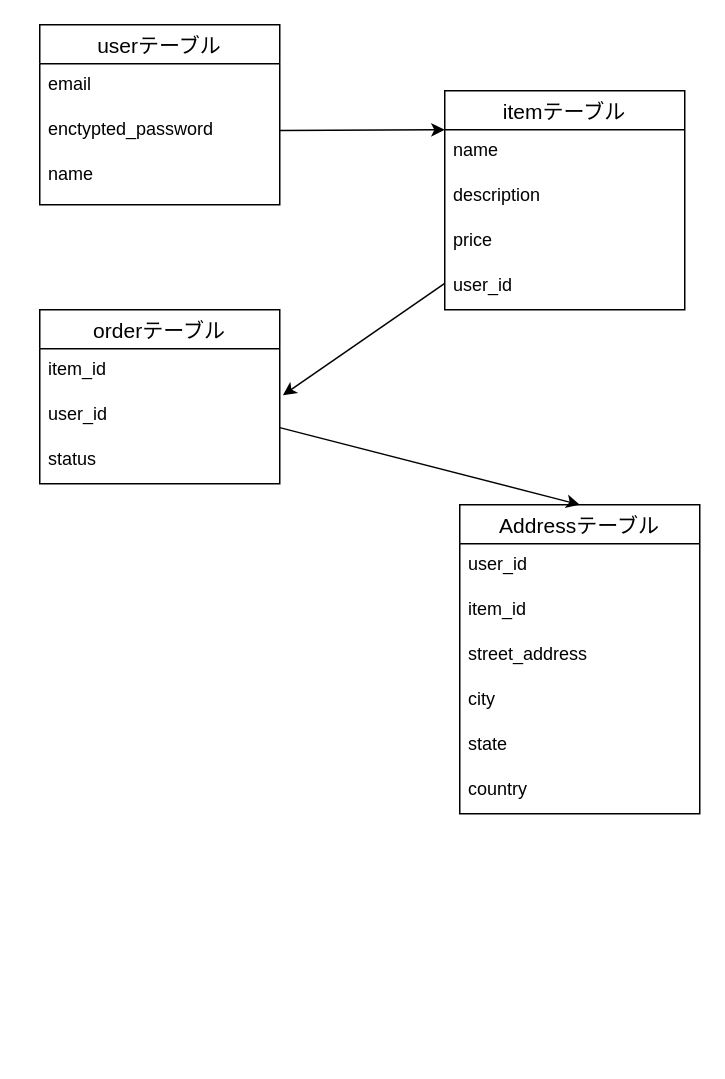
kina3685/furima-41348 keeps this draw.io diagram as item.dio. Above is the earlier version. Source tidied: cells renumbered, new cells numbered last; positions are measured from the earlier drawing's top-left corner, leaving out a move shared by most shapes. Both pictures are drawn from the tidied source at 150%, with x=0, y=0 at pixel (39, 24).
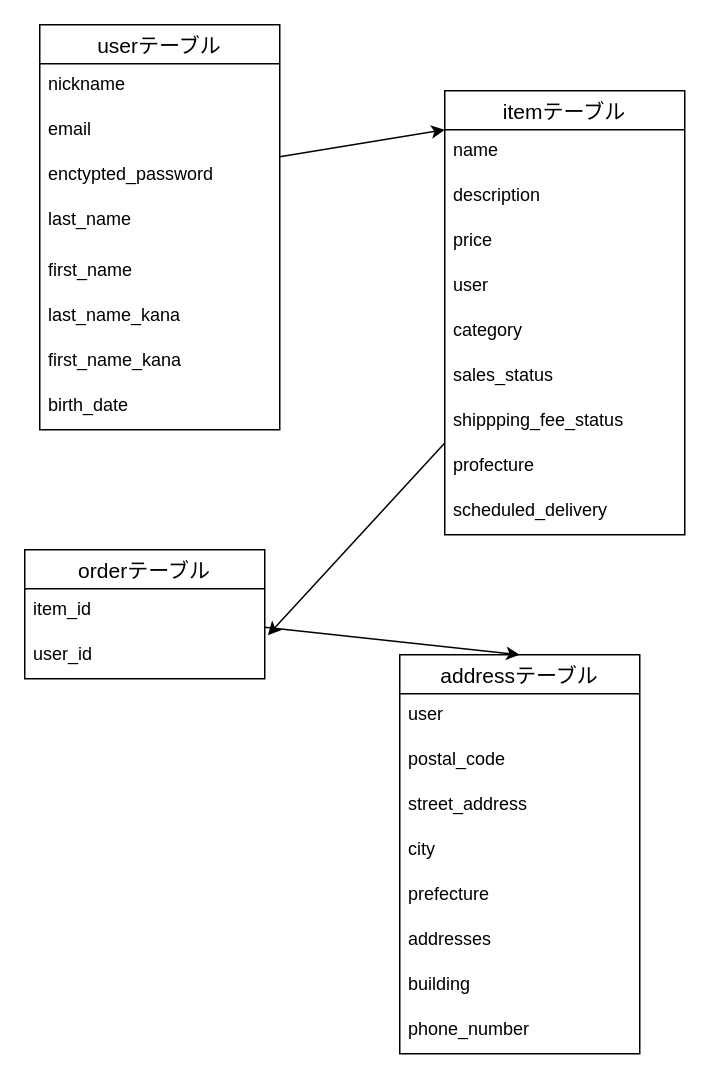
The same diagram, later.

Commit message (it also covers changes not shown here):
テーブル作成改善

What changed in the source:
```diff
@@
     <mxCell id="2" value="userテーブル" style="swimlane;fontStyle=0;horizontal=1;startSize=26;align=center;fontSize=14;" parent="1" vertex="1">
-      <mxGeometry width="160" height="120" as="geometry" />
+      <mxGeometry width="160" height="270" as="geometry" />
     </mxCell>
+    <mxCell id="25" value="nickname" style="text;strokeColor=none;fillColor=none;spacingLeft=4;spacingRight=4;overflow=hidden;fontSize=12;" parent="2" vertex="1">
+      <mxGeometry y="26" width="160" height="30" as="geometry" />
+    </mxCell>
     <mxCell id="3" value="email" style="text;strokeColor=none;fillColor=none;spacingLeft=4;spacingRight=4;overflow=hidden;fontSize=12;" parent="2" vertex="1">
-      <mxGeometry y="26" width="160" height="30" as="geometry" />
+      <mxGeometry y="56" width="160" height="30" as="geometry" />
     </mxCell>
     <mxCell id="4" value="enctypted_password" style="text;strokeColor=none;fillColor=none;spacingLeft=4;spacingRight=4;overflow=hidden;points=[[0,0.5],[1,0.5]];portConstraint=eastwest;fontSize=12;" parent="2" vertex="1">
-      <mxGeometry y="56" width="160" height="30" as="geometry" />
+      <mxGeometry y="86" width="160" height="30" as="geometry" />
     </mxCell>
-    <mxCell id="5" value="name" style="text;strokeColor=none;fillColor=none;spacingLeft=4;spacingRight=4;overflow=hidden;fontSize=12;" parent="2" vertex="1">
-      <mxGeometry y="86" width="160" height="34" as="geometry" />
+    <mxCell id="5" value="last_name" style="text;strokeColor=none;fillColor=none;spacingLeft=4;spacingRight=4;overflow=hidden;fontSize=12;" parent="2" vertex="1">
+      <mxGeometry y="116" width="160" height="34" as="geometry" />
     </mxCell>
+    <mxCell id="26" value="first_name" style="text;strokeColor=none;fillColor=none;spacingLeft=4;spacingRight=4;overflow=hidden;fontSize=12;" parent="2" vertex="1">
+      <mxGeometry y="150" width="160" height="30" as="geometry" />
+    </mxCell>
+    <mxCell id="27" value="last_name_kana" style="text;strokeColor=none;fillColor=none;spacingLeft=4;spacingRight=4;overflow=hidden;fontSize=12;" parent="2" vertex="1">
+      <mxGeometry y="180" width="160" height="30" as="geometry" />
+    </mxCell>
+    <mxCell id="28" value="first_name_kana" style="text;strokeColor=none;fillColor=none;spacingLeft=4;spacingRight=4;overflow=hidden;fontSize=12;" parent="2" vertex="1">
+      <mxGeometry y="210" width="160" height="30" as="geometry" />
+    </mxCell>
+    <mxCell id="29" value="birth_date" style="text;strokeColor=none;fillColor=none;spacingLeft=4;spacingRight=4;overflow=hidden;fontSize=12;" parent="2" vertex="1">
+      <mxGeometry y="240" width="160" height="30" as="geometry" />
+    </mxCell>
-    <mxCell id="6" value="Addressテーブル" style="swimlane;fontStyle=0;horizontal=1;startSize=26;align=center;fontSize=14;" parent="1" vertex="1">
-      <mxGeometry x="280" y="320" width="160" height="206" as="geometry" />
+    <mxCell id="6" value="addressテーブル" style="swimlane;fontStyle=0;horizontal=1;startSize=26;align=center;fontSize=14;" parent="1" vertex="1">
+      <mxGeometry x="240" y="420" width="160" height="266" as="geometry" />
     </mxCell>
-    <mxCell id="7" value="user_id" style="text;strokeColor=none;fillColor=none;spacingLeft=4;spacingRight=4;overflow=hidden;fontSize=12;" parent="6" vertex="1">
-      <mxGeometry y="26" width="160" height="30" as="geometry" />
-    </mxCell>
-    <mxCell id="8" value="item_id" style="text;strokeColor=none;fillColor=none;spacingLeft=4;spacingRight=4;overflow=hidden;fontSize=12;" parent="6" vertex="1">
-      <mxGeometry y="56" width="160" height="30" as="geometry" />
+    <mxCell id="8" value="user" style="text;strokeColor=none;fillColor=none;spacingLeft=4;spacingRight=4;overflow=hidden;fontSize=12;" parent="6" vertex="1">
+      <mxGeometry y="26" width="160" height="30" as="geometry" />
     </mxCell>
+    <mxCell id="30" value="postal_code" style="text;strokeColor=none;fillColor=none;spacingLeft=4;spacingRight=4;overflow=hidden;fontSize=12;" parent="6" vertex="1">
+      <mxGeometry y="56" width="160" height="30" as="geometry" />
+    </mxCell>
@@
-    <mxCell id="11" value="state" style="text;strokeColor=none;fillColor=none;spacingLeft=4;spacingRight=4;overflow=hidden;fontSize=12;" parent="6" vertex="1">
-      <mxGeometry y="146" width="160" height="30" as="geometry" />
-    </mxCell>
-    <mxCell id="12" value="country" style="text;strokeColor=none;fillColor=none;spacingLeft=4;spacingRight=4;overflow=hidden;fontSize=12;" parent="6" vertex="1">
-      <mxGeometry y="176" width="160" height="30" as="geometry" />
-    </mxCell>
+    <mxCell id="31" value="prefecture" style="text;strokeColor=none;fillColor=none;spacingLeft=4;spacingRight=4;overflow=hidden;fontSize=12;" parent="6" vertex="1">
+      <mxGeometry y="146" width="160" height="30" as="geometry" />
+    </mxCell>
+    <mxCell id="32" value="addresses" style="text;strokeColor=none;fillColor=none;spacingLeft=4;spacingRight=4;overflow=hidden;fontSize=12;" parent="6" vertex="1">
+      <mxGeometry y="176" width="160" height="30" as="geometry" />
+    </mxCell>
+    <mxCell id="33" value="building" style="text;strokeColor=none;fillColor=none;spacingLeft=4;spacingRight=4;overflow=hidden;fontSize=12;" parent="6" vertex="1">
+      <mxGeometry y="206" width="160" height="30" as="geometry" />
+    </mxCell>
+    <mxCell id="34" value="phone_number" style="text;strokeColor=none;fillColor=none;spacingLeft=4;spacingRight=4;overflow=hidden;fontSize=12;" parent="6" vertex="1">
+      <mxGeometry y="236" width="160" height="30" as="geometry" />
+    </mxCell>
@@
     <mxCell id="14" value="orderテーブル" style="swimlane;fontStyle=0;horizontal=1;startSize=26;align=center;fontSize=14;" parent="1" vertex="1">
-      <mxGeometry y="190" width="160" height="116" as="geometry" />
+      <mxGeometry x="-10" y="350" width="160" height="86" as="geometry" />
     </mxCell>
@@
-    <mxCell id="17" value="status" style="text;strokeColor=none;fillColor=none;spacingLeft=4;spacingRight=4;overflow=hidden;fontSize=12;" parent="14" vertex="1">
-      <mxGeometry y="86" width="160" height="30" as="geometry" />
-    </mxCell>
@@
     <mxCell id="19" value="itemテーブル" style="swimlane;fontStyle=0;horizontal=1;startSize=26;align=center;fontSize=14;" parent="1" vertex="1">
-      <mxGeometry x="270" y="44" width="160" height="146" as="geometry" />
+      <mxGeometry x="270" y="44" width="160" height="296" as="geometry" />
     </mxCell>
@@
-    <mxCell id="23" value="user_id" style="text;strokeColor=none;fillColor=none;spacingLeft=4;spacingRight=4;overflow=hidden;fontSize=12;" parent="19" vertex="1">
+    <mxCell id="23" value="user" style="text;strokeColor=none;fillColor=none;spacingLeft=4;spacingRight=4;overflow=hidden;fontSize=12;" parent="19" vertex="1">
       <mxGeometry y="116" width="160" height="30" as="geometry" />
     </mxCell>
+    <mxCell id="35" value="category" style="text;strokeColor=none;fillColor=none;spacingLeft=4;spacingRight=4;overflow=hidden;fontSize=12;" parent="19" vertex="1">
+      <mxGeometry y="146" width="160" height="30" as="geometry" />
+    </mxCell>
+    <mxCell id="36" value="sales_status" style="text;strokeColor=none;fillColor=none;spacingLeft=4;spacingRight=4;overflow=hidden;fontSize=12;" parent="19" vertex="1">
+      <mxGeometry y="176" width="160" height="30" as="geometry" />
+    </mxCell>
+    <mxCell id="37" value="shippping_fee_status" style="text;strokeColor=none;fillColor=none;spacingLeft=4;spacingRight=4;overflow=hidden;fontSize=12;" parent="19" vertex="1">
+      <mxGeometry y="206" width="160" height="30" as="geometry" />
+    </mxCell>
+    <mxCell id="38" value="profecture" style="text;strokeColor=none;fillColor=none;spacingLeft=4;spacingRight=4;overflow=hidden;fontSize=12;" parent="19" vertex="1">
+      <mxGeometry y="236" width="160" height="30" as="geometry" />
+    </mxCell>
+    <mxCell id="39" value="scheduled_delivery" style="text;strokeColor=none;fillColor=none;spacingLeft=4;spacingRight=4;overflow=hidden;fontSize=12;" parent="19" vertex="1">
+      <mxGeometry y="266" width="160" height="30" as="geometry" />
+    </mxCell>
```
